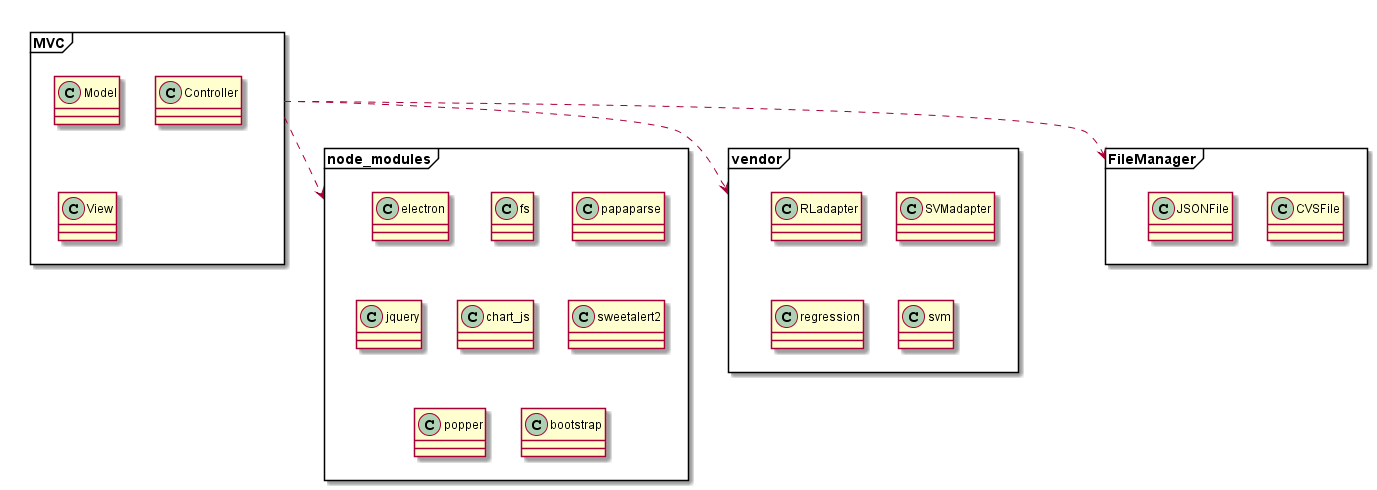
sofiabononi/project-docs keeps this PlantUML diagram as esterni/diagrammi/diagrammi-training-app/out/packagesDiagram.png. Above is the earlier version.
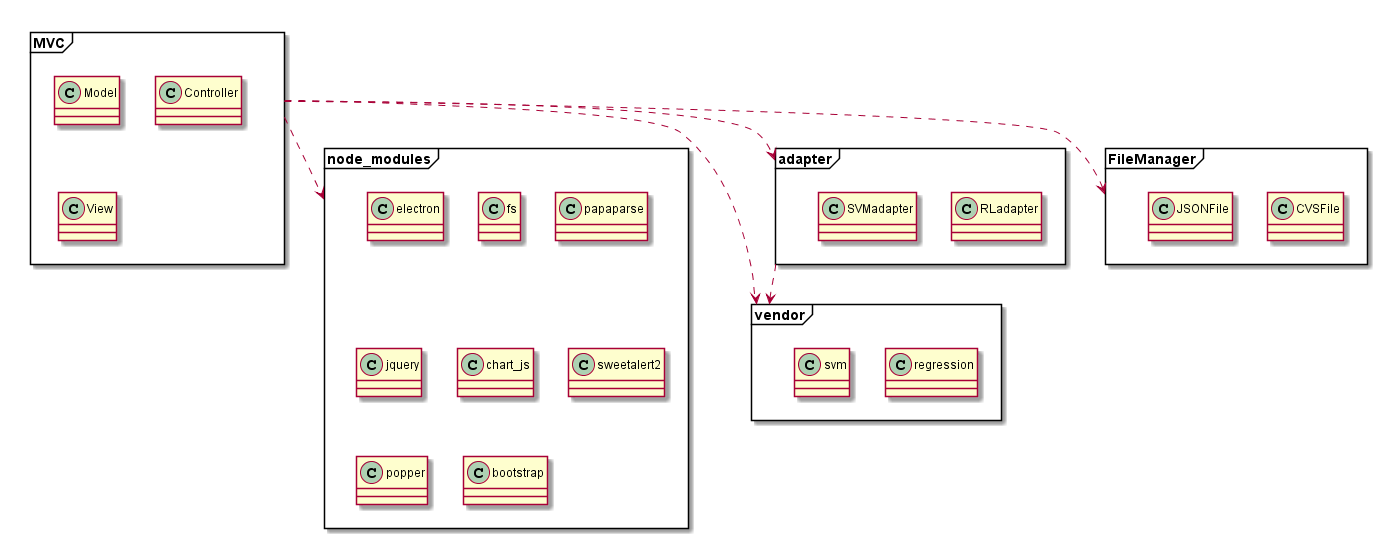
The same file after the commit.

Commit message:
docs: modifica diagramma dei package training-app

What changed in the source:
```diff
@@ -12,10 +12,13 @@
 }
 
 package vendor <<Frame>> {
+  class regression
+  class svm
+}
+
+package adapter <<Frame>> {
   class RLadapter
   Class SVMadapter
-  class regression
-  class svm
 }
 
 package FileManager <<Frame>> {
@@ -32,5 +35,7 @@
 MVC ..> vendor
 MVC ..> FileManager
 MVC ..> node_modules
+MVC ..> adapter
+adapter ..> vendor
 
 @enduml
```
